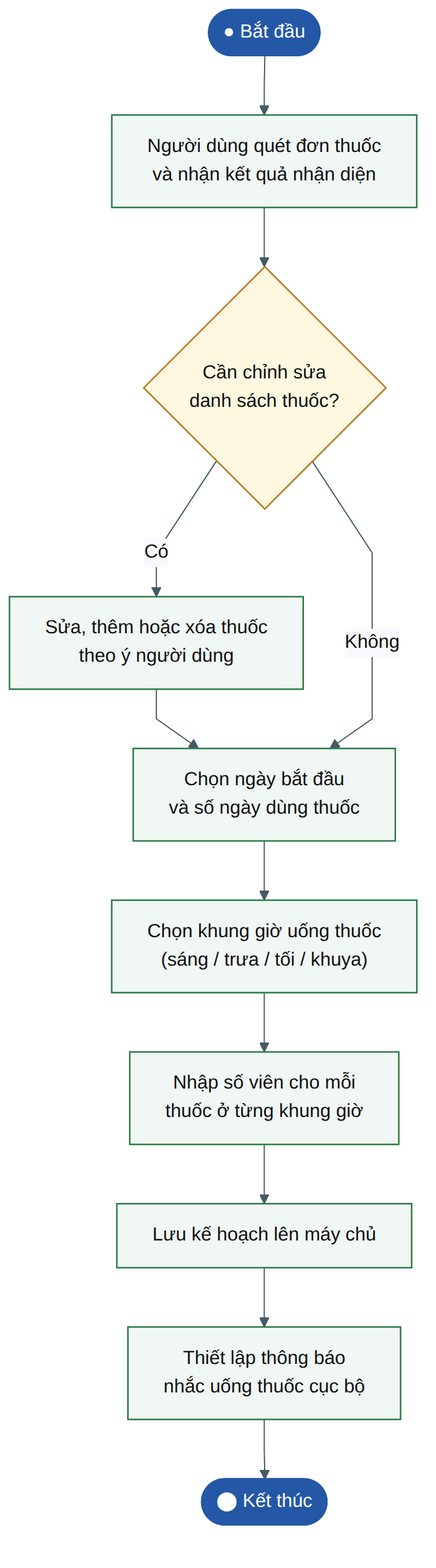
hongphuoc6104/medicineApp keeps this Mermaid diagram as docs/thesis_report/diagrams/png/activity_create_plan.png. Above is the earlier version. Its source is kept beside it as docs/thesis_report/diagrams/activity_create_plan.mmd.
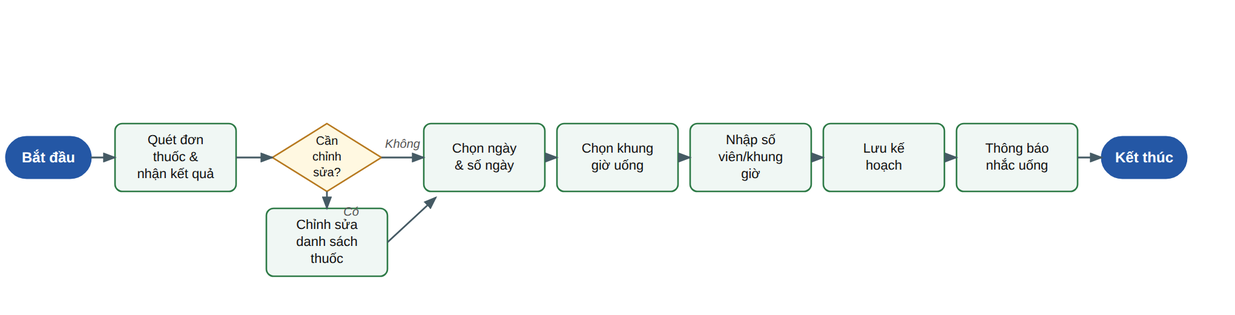
The same file after the commit.

Diff of the diagram source:
```diff
@@ -1,21 +1,21 @@
-flowchart TD
-    START(["●  Bắt đầu"])
-    A["Người dùng quét đơn thuốc\nvà nhận kết quả nhận diện"]
-    B{"Cần chỉnh sửa\ndanh sách thuốc?"}
-    C["Sửa, thêm hoặc xóa thuốc\ntheo ý người dùng"]
-    D["Chọn ngày bắt đầu\nvà số ngày dùng thuốc"]
-    E["Chọn khung giờ uống thuốc\n(sáng / trưa / tối / khuya)"]
-    F["Nhập số viên cho mỗi\nthuốc ở từng khung giờ"]
-    G["Lưu kế hoạch lên máy chủ"]
-    H["Thiết lập thông báo\nnhắc uống thuốc cục bộ"]
-    END(["⬤  Kết thúc"])
+flowchart LR
+    START(["Bắt đầu"])
+    A["Quét đơn thuốc\nvà nhận kết quả"]
+    B{"Cần chỉnh\nsửa thuốc?"}
+    C["Chỉnh sửa\ndanh sách thuốc"]
+    D["Chọn ngày bắt đầu\nvà số ngày dùng"]
+    E["Chọn khung giờ\nuống thuốc"]
+    F["Nhập số viên\nmỗi khung giờ"]
+    G["Lưu kế hoạch\nlên máy chủ"]
+    H["Thiết lập thông báo\nnhắc uống thuốc"]
+    END(["Kết thúc"])
 
     START --> A --> B
     B -->|"Có"| C --> D
     B -->|"Không"| D
     D --> E --> F --> G --> H --> END
 
-    classDef terminator fill:#2457a5,stroke:#2457a5,color:#ffffff,rx:20
+    classDef terminator fill:#2457a5,stroke:#2457a5,color:#ffffff
     classDef step fill:#f0f7f4,stroke:#2d7a46,stroke-width:1.3px,color:#111
     classDef decision fill:#fff8e1,stroke:#b7791f,stroke-width:1.3px,color:#111
 
```
